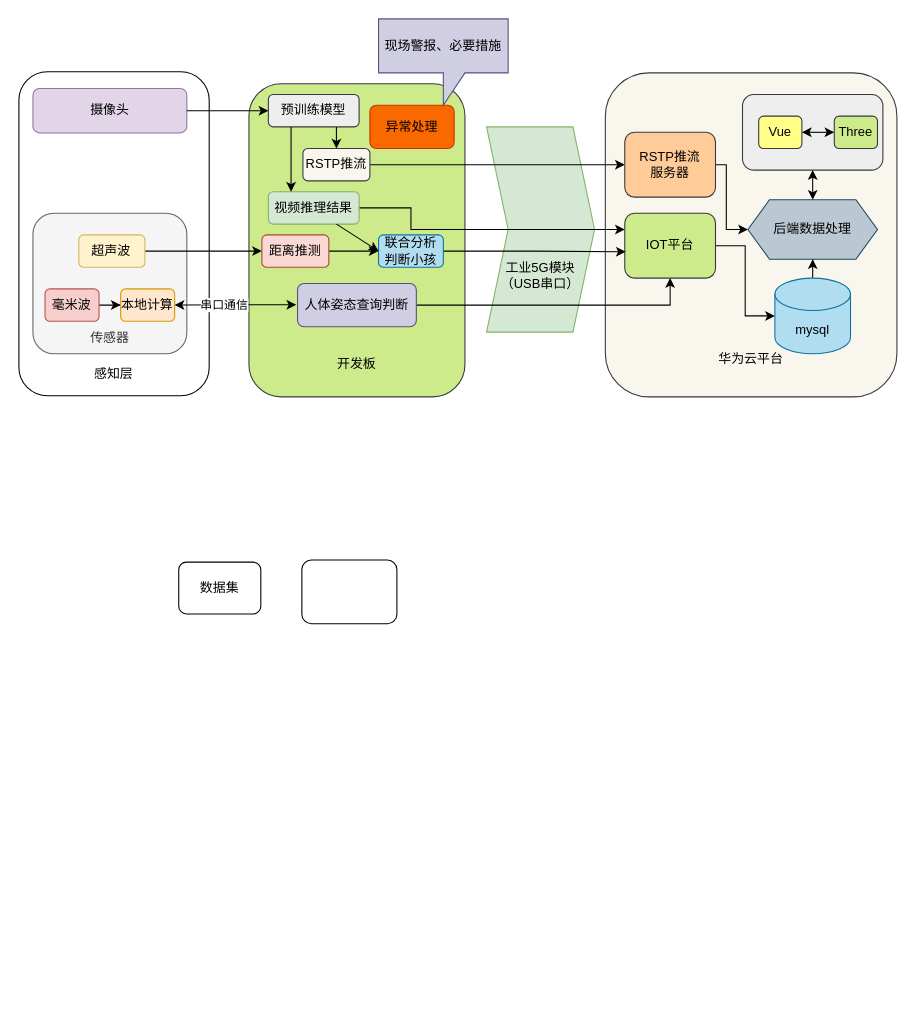
Above: assets/test.drawio in Duxingmengshou/Duxingmengshou.github.io (draw.io), before the change. Source tidied: cells renumbered, new cells numbered last; positions are measured from the earlier drawing's top-left corner, leaving out a move shared by most shapes. Both pictures are drawn from the tidied source at 108%, with x=0, y=0 at pixel (18, 18).
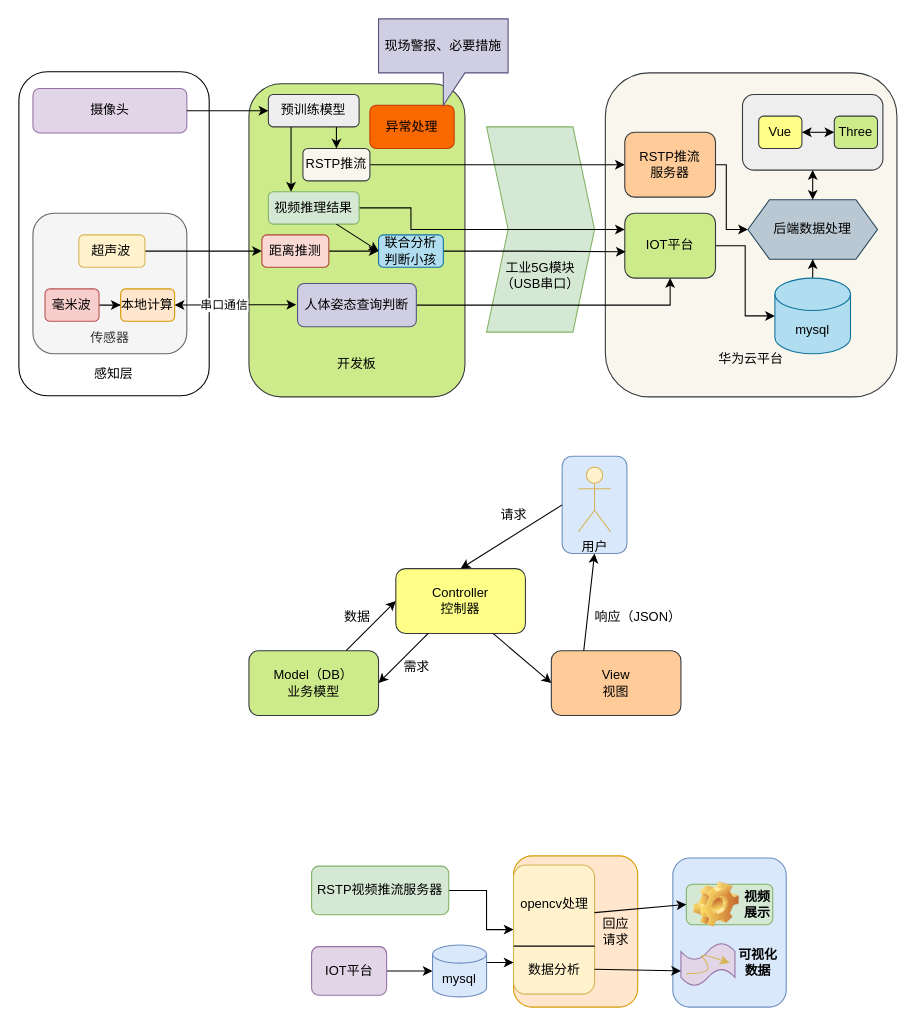
The same diagram, later.

Change to the diagram source:
```diff
@@
+    <mxCell id="46" style="rounded=1;whiteSpace=wrap;html=1;fillColor=#ffe6cc;strokeColor=#d79b00;" parent="1" vertex="1">
+      <mxGeometry x="458" y="775" width="115" height="140" as="geometry" />
+    </mxCell>
+    <mxCell id="47" style="rounded=1;whiteSpace=wrap;html=1;fillColor=#dae8fc;strokeColor=#6c8ebf;" parent="1" vertex="1">
+      <mxGeometry x="503" y="405" width="60" height="90" as="geometry" />
+    </mxCell>
@@
-    <mxCell id="44" value="数据集" style="rounded=1;whiteSpace=wrap;html=1;" parent="1" vertex="1">
-      <mxGeometry x="148" y="503" width="76" height="48" as="geometry" />
-    </mxCell>
-    <mxCell id="45" style="rounded=1;whiteSpace=wrap;html=1;" parent="1" vertex="1">
-      <mxGeometry x="262" y="501" width="88" height="59" as="geometry" />
-    </mxCell>
+    <mxCell id="48" value="Controller&lt;br&gt;控制器" style="rounded=1;whiteSpace=wrap;html=1;fillColor=#ffff88;strokeColor=#36393d;" parent="1" vertex="1">
+      <mxGeometry x="349" y="509" width="120" height="60" as="geometry" />
+    </mxCell>
+    <mxCell id="49" value="Model（DB）&lt;br&gt;业务模型" style="rounded=1;whiteSpace=wrap;html=1;fillColor=#cdeb8b;strokeColor=#36393d;" parent="1" vertex="1">
+      <mxGeometry x="213" y="585" width="120" height="60" as="geometry" />
+    </mxCell>
+    <mxCell id="50" value="View&lt;br&gt;视图" style="rounded=1;whiteSpace=wrap;html=1;fillColor=#ffcc99;strokeColor=#36393d;" parent="1" vertex="1">
+      <mxGeometry x="493" y="585" width="120" height="60" as="geometry" />
+    </mxCell>
+    <mxCell id="51" style="endArrow=classic;html=1;rounded=0;exitX=0.75;exitY=0;exitDx=0;exitDy=0;entryX=0;entryY=0.5;entryDx=0;entryDy=0;" parent="1" edge="1" source="49" target="48">
+      <mxGeometry relative="1" as="geometry" />
+    </mxCell>
+    <mxCell id="52" style="endArrow=classic;html=1;rounded=0;exitX=0.25;exitY=1;exitDx=0;exitDy=0;entryX=1;entryY=0.5;entryDx=0;entryDy=0;" parent="1" edge="1" source="48" target="49">
+      <mxGeometry relative="1" as="geometry" />
+    </mxCell>
+    <mxCell id="53" style="endArrow=classic;html=1;rounded=0;exitX=0.25;exitY=0;exitDx=0;exitDy=0;entryX=0.5;entryY=1;entryDx=0;entryDy=0;" parent="1" edge="1" source="50" target="47">
+      <mxGeometry relative="1" as="geometry" />
+    </mxCell>
+    <mxCell id="54" style="endArrow=classic;html=1;rounded=0;exitX=0.75;exitY=1;exitDx=0;exitDy=0;entryX=0;entryY=0.5;entryDx=0;entryDy=0;" parent="1" edge="1" source="48" target="50">
+      <mxGeometry relative="1" as="geometry" />
+    </mxCell>
+    <mxCell id="55" value="用户" style="shape=umlActor;verticalLabelPosition=bottom;verticalAlign=top;html=1;fillColor=#fff2cc;strokeColor=#d6b656;" parent="1" vertex="1">
+      <mxGeometry x="518" y="415" width="30" height="60" as="geometry" />
+    </mxCell>
+    <mxCell id="56" style="endArrow=classic;html=1;rounded=0;entryX=0.5;entryY=0;entryDx=0;entryDy=0;exitX=0;exitY=0.5;exitDx=0;exitDy=0;" parent="1" edge="1" source="47" target="48">
+      <mxGeometry relative="1" as="geometry" />
+    </mxCell>
+    <mxCell id="57" value="请求" style="text;html=1;align=center;verticalAlign=middle;strokeColor=none;fillColor=none;" parent="1" vertex="1">
+      <mxGeometry x="433" y="445" width="50" height="30" as="geometry" />
+    </mxCell>
+    <mxCell id="58" value="需求" style="text;html=1;align=center;verticalAlign=middle;strokeColor=none;fillColor=none;" parent="1" vertex="1">
+      <mxGeometry x="343" y="585" width="50" height="30" as="geometry" />
+    </mxCell>
+    <mxCell id="59" value="数据" style="text;html=1;align=center;verticalAlign=middle;strokeColor=none;fillColor=none;" parent="1" vertex="1">
+      <mxGeometry x="288" y="539" width="50" height="30" as="geometry" />
+    </mxCell>
+    <mxCell id="60" value="响应（JSON）" style="text;html=1;align=center;verticalAlign=middle;strokeColor=none;fillColor=none;" parent="1" vertex="1">
+      <mxGeometry x="523" y="539" width="100" height="30" as="geometry" />
+    </mxCell>
+    <mxCell id="61" style="edgeStyle=orthogonalEdgeStyle;rounded=0;jettySize=auto;html=1;entryX=0;entryY=0.5;entryDx=0;entryDy=0;entryPerimeter=0;" parent="1" edge="1" source="62" target="67">
+      <mxGeometry relative="1" as="geometry" />
+    </mxCell>
+    <mxCell id="62" value="IOT平台" style="rounded=1;whiteSpace=wrap;html=1;fillColor=#e1d5e7;strokeColor=#9673a6;" parent="1" vertex="1">
+      <mxGeometry x="271" y="859" width="69.5" height="45" as="geometry" />
+    </mxCell>
+    <mxCell id="63" style="edgeStyle=orthogonalEdgeStyle;rounded=0;jettySize=auto;html=1;entryX=0;entryY=0.5;entryDx=0;entryDy=0;" parent="1" edge="1" source="64" target="65">
+      <mxGeometry relative="1" as="geometry">
+        <Array as="points">
+          <mxPoint x="433" y="807" />
+          <mxPoint x="433" y="843" />
+        </Array>
+      </mxGeometry>
+    </mxCell>
+    <mxCell id="64" value="RSTP视频推流服务器" style="rounded=1;whiteSpace=wrap;html=1;fillColor=#d5e8d4;strokeColor=#82b366;" parent="1" vertex="1">
+      <mxGeometry x="271" y="784.5" width="127" height="45" as="geometry" />
+    </mxCell>
+    <mxCell id="65" style="rounded=1;whiteSpace=wrap;html=1;fillColor=#fff2cc;strokeColor=#d6b656;" parent="1" vertex="1">
+      <mxGeometry x="458" y="783.5" width="75" height="119.5" as="geometry" />
+    </mxCell>
+    <mxCell id="66" style="edgeStyle=orthogonalEdgeStyle;rounded=0;jettySize=auto;html=1;entryX=0;entryY=0.75;entryDx=0;entryDy=0;exitX=1;exitY=0;exitDx=0;exitDy=16.187500000000114;exitPerimeter=0;" parent="1" edge="1" source="67" target="65">
+      <mxGeometry relative="1" as="geometry" />
+    </mxCell>
+    <mxCell id="67" value="mysql" style="shape=cylinder3;whiteSpace=wrap;html=1;boundedLbl=1;backgroundOutline=1;size=8.375000000000227;fillColor=#dae8fc;strokeColor=#6c8ebf;" parent="1" vertex="1">
+      <mxGeometry x="383" y="857.5" width="50" height="48" as="geometry" />
+    </mxCell>
+    <mxCell id="68" style="endArrow=none;html=1;rounded=0;entryX=0.002;entryY=0.628;entryDx=0;entryDy=0;entryPerimeter=0;exitX=1.002;exitY=0.628;exitDx=0;exitDy=0;exitPerimeter=0;" parent="1" edge="1" source="65" target="65">
+      <mxGeometry relative="1" as="geometry" />
+    </mxCell>
+    <mxCell id="69" value="opencv处理" style="text;html=1;strokeColor=none;fillColor=none;align=center;verticalAlign=middle;whiteSpace=wrap;rounded=0;" parent="1" vertex="1">
+      <mxGeometry x="460.5" y="805" width="70" height="30" as="geometry" />
+    </mxCell>
+    <mxCell id="70" value="数据分析" style="text;html=1;strokeColor=none;fillColor=none;align=center;verticalAlign=middle;whiteSpace=wrap;rounded=0;" parent="1" vertex="1">
+      <mxGeometry x="465.5" y="865.5" width="60" height="30" as="geometry" />
+    </mxCell>
+    <mxCell id="71" value="回应&lt;br&gt;请求" style="text;html=1;strokeColor=none;fillColor=none;align=center;verticalAlign=middle;whiteSpace=wrap;rounded=0;" parent="1" vertex="1">
+      <mxGeometry x="533" y="810" width="40" height="70" as="geometry" />
+    </mxCell>
+    <mxCell id="72" style="rounded=1;whiteSpace=wrap;html=1;fillColor=#dae8fc;strokeColor=#6c8ebf;" parent="1" vertex="1">
+      <mxGeometry x="605.5" y="777" width="105" height="138" as="geometry" />
+    </mxCell>
+    <mxCell id="73" value="视频展示" style="label;whiteSpace=wrap;html=1;image=img/clipart/Gear_128x128.png;fillColor=#d5e8d4;strokeColor=#82b366;" parent="1" vertex="1">
+      <mxGeometry x="618" y="801.2" width="80" height="37.5" as="geometry" />
+    </mxCell>
+    <mxCell id="74" style="shape=tape;whiteSpace=wrap;html=1;fillColor=#e1d5e7;strokeColor=#9673a6;" parent="1" vertex="1">
+      <mxGeometry x="613" y="855.5" width="50" height="40" as="geometry" />
+    </mxCell>
+    <mxCell id="75" style="curved=1;endArrow=classic;html=1;rounded=0;fillColor=#fff2cc;strokeColor=#d6b656;" parent="1" edge="1">
+      <mxGeometry relative="1" as="geometry">
+        <mxPoint x="618" y="884" as="sourcePoint" />
+        <mxPoint x="658" y="874" as="targetPoint" />
+        <Array as="points">
+          <mxPoint x="638" y="884" />
+          <mxPoint x="638" y="874" />
+          <mxPoint x="628" y="864" />
+        </Array>
+      </mxGeometry>
+    </mxCell>
+    <mxCell id="76" value="&lt;font style=&quot;font-size: 12px;&quot;&gt;&lt;b&gt;可视化数据&lt;/b&gt;&lt;/font&gt;" style="text;html=1;align=center;verticalAlign=middle;whiteSpace=wrap;rounded=0;" parent="1" vertex="1">
+      <mxGeometry x="663" y="859" width="43" height="30" as="geometry" />
+    </mxCell>
+    <mxCell id="77" style="endArrow=classic;html=1;rounded=0;exitX=0;exitY=0.25;exitDx=0;exitDy=0;entryX=0;entryY=0.5;entryDx=0;entryDy=0;" parent="1" edge="1" source="71" target="73">
+      <mxGeometry relative="1" as="geometry" />
+    </mxCell>
+    <mxCell id="78" style="endArrow=classic;html=1;rounded=0;exitX=0;exitY=1;exitDx=0;exitDy=0;entryX=0;entryY=0.65;entryDx=0;entryDy=0;entryPerimeter=0;" parent="1" edge="1" source="71" target="74">
+      <mxGeometry relative="1" as="geometry" />
+    </mxCell>
```
